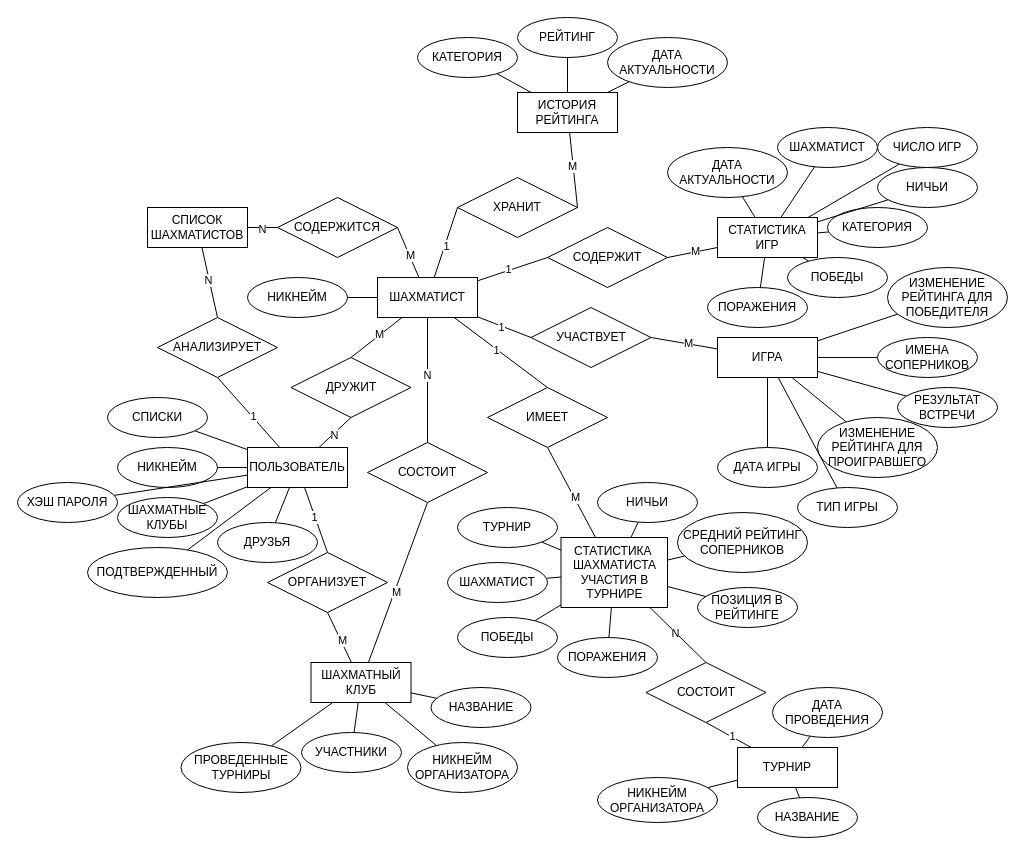
This is docs/concept_er.drawio from AleksanderNekr/LichessAnalyzer, a draw.io file, before an edit. Source tidied: cells renumbered, new cells numbered last; positions are measured from the earlier drawing's top-left corner, leaving out a move shared by most shapes. Both pictures are drawn from the tidied source at 100%, with x=0, y=0 at pixel (17, 17).
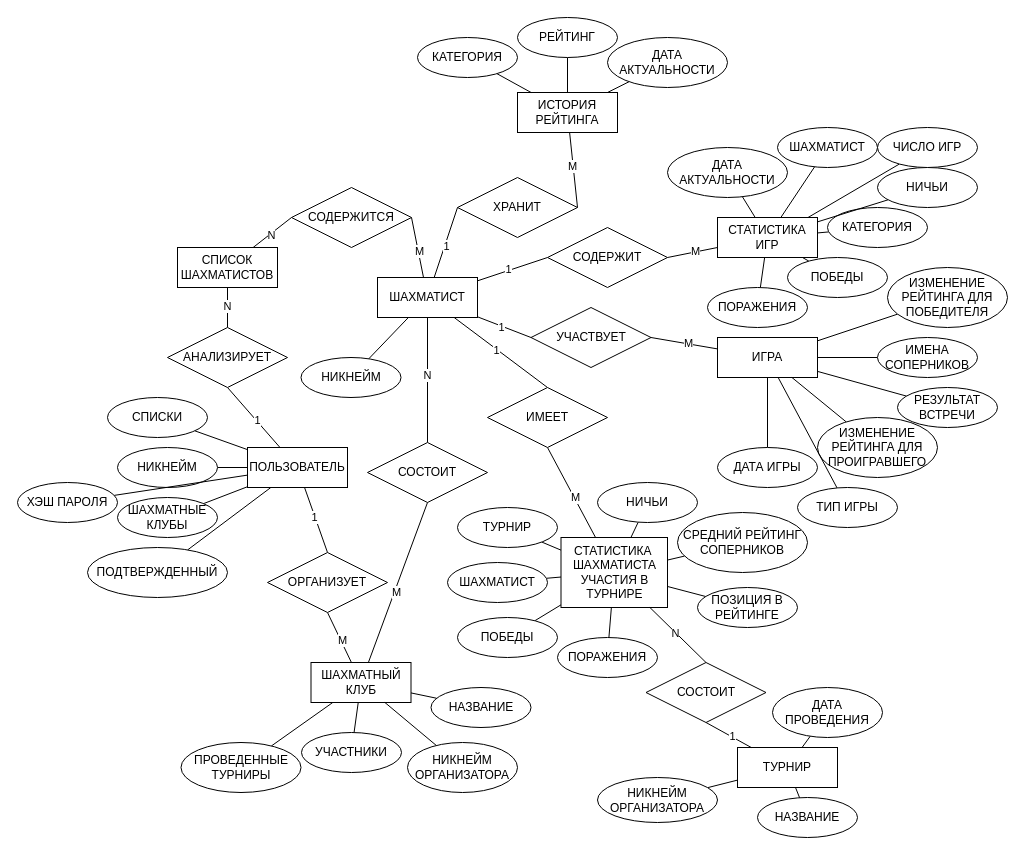
The same page after the edit.

Commit message:
[Docs] Refactor concept ER: remove friendships.

The change refers to these unchanged cells:
```xml
<mxCell id="12" value="ШАХМАТИСТ" style="whiteSpace=wrap;html=1;align=center;" parent="1" vertex="1">
  <mxGeometry x="360" y="260" width="100" height="40" as="geometry" />
</mxCell>
<mxCell id="17" value="ПОЛЬЗОВАТЕЛЬ" style="whiteSpace=wrap;html=1;align=center;" parent="1" vertex="1">
  <mxGeometry x="230" y="430" width="100" height="40" as="geometry" />
</mxCell>
```

Diff of the diagram source:
```diff
@@
     <mxCell id="16" value="СПИСОК ШАХМАТИСТОВ" style="whiteSpace=wrap;html=1;align=center;" parent="1" vertex="1">
-      <mxGeometry x="130" y="190" width="100" height="40" as="geometry" />
+      <mxGeometry x="160" y="230" width="100" height="40" as="geometry" />
     </mxCell>
@@
     <mxCell id="36" value="СОДЕРЖИТСЯ" style="shape=rhombus;perimeter=rhombusPerimeter;whiteSpace=wrap;html=1;align=center;" parent="1" vertex="1">
-      <mxGeometry x="260" y="180" width="120" height="60" as="geometry" />
+      <mxGeometry x="274" y="170" width="120" height="60" as="geometry" />
     </mxCell>
@@
     <mxCell id="43" value="НИКНЕЙМ" style="ellipse;whiteSpace=wrap;html=1;align=center;" parent="1" vertex="1">
-      <mxGeometry x="230" y="260" width="100" height="40" as="geometry" />
+      <mxGeometry x="283.5" y="340" width="100" height="40" as="geometry" />
     </mxCell>
@@
-    <mxCell id="70" style="rounded=0;jettySize=auto;html=1;endArrow=none;endFill=0;entryX=0.5;entryY=1;entryDx=0;entryDy=0;" parent="1" edge="1" source="17" target="74">
-      <mxGeometry relative="1" as="geometry" />
-    </mxCell>
-    <mxCell id="71" value="N" style="edgeLabel;html=1;align=center;verticalAlign=middle;" parent="70" vertex="1">
-      <mxGeometry x="-0.09" y="-1" relative="1" as="geometry" />
-    </mxCell>
-    <mxCell id="72" style="rounded=0;jettySize=auto;html=1;endArrow=none;endFill=0;exitX=0.5;exitY=0;exitDx=0;exitDy=0;" parent="1" edge="1" source="74" target="12">
-      <mxGeometry relative="1" as="geometry" />
-    </mxCell>
-    <mxCell id="73" value="М" style="edgeLabel;html=1;align=center;verticalAlign=middle;" parent="72" vertex="1">
-      <mxGeometry x="0.11" y="1" relative="1" as="geometry" />
-    </mxCell>
-    <mxCell id="74" value="ДРУЖИТ" style="shape=rhombus;perimeter=rhombusPerimeter;whiteSpace=wrap;html=1;align=center;" parent="1" vertex="1">
-      <mxGeometry x="273.5" y="340" width="120" height="60" as="geometry" />
-    </mxCell>
@@
-    <mxCell id="77" style="rounded=0;jettySize=auto;html=1;strokeColor=default;endArrow=none;endFill=0;" parent="1" edge="1" source="17" target="78">
-      <mxGeometry relative="1" as="geometry" />
-    </mxCell>
-    <mxCell id="78" value="ДРУЗЬЯ" style="ellipse;whiteSpace=wrap;html=1;align=center;" parent="1" vertex="1">
-      <mxGeometry x="200" y="505" width="100" height="40" as="geometry" />
-    </mxCell>
@@
     <mxCell id="85" value="АНАЛИЗИРУЕТ" style="shape=rhombus;perimeter=rhombusPerimeter;whiteSpace=wrap;html=1;align=center;" parent="1" vertex="1">
-      <mxGeometry x="140" y="300" width="120" height="60" as="geometry" />
+      <mxGeometry x="150" y="310" width="120" height="60" as="geometry" />
     </mxCell>
```
